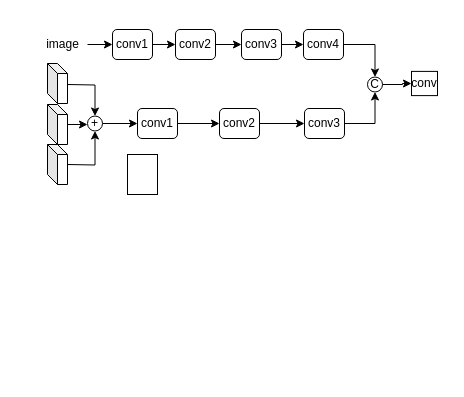
This is Depth eatimate.drawio from Hymhh/hymhh, a draw.io file, before an edit. Source tidied: cells renumbered, new cells numbered last; positions are measured from the earlier drawing's top-left corner, leaving out a move shared by most shapes. Both pictures are drawn from the tidied source at 100%, with x=0, y=0 at pixel (37, 29). Pictures stored in the file or linked from it are replaced by grey dashed boxes.
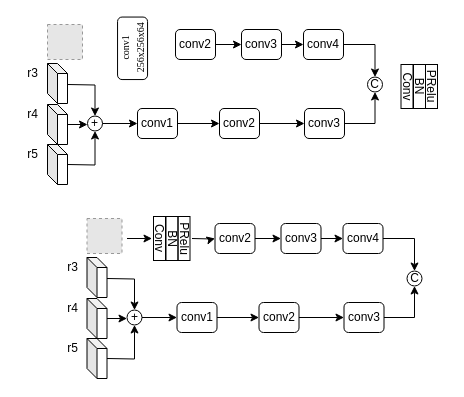
Above is the later version.

Unchanged cells that the change refers to:
```xml
<mxCell id="6" value="conv2" style="rounded=1;whiteSpace=wrap;html=1;strokeColor=#000000;fillColor=none;" parent="1" vertex="1">
  <mxGeometry x="138" width="40" height="30" as="geometry" />
</mxCell>
<mxCell id="24" value="C" style="ellipse;whiteSpace=wrap;html=1;strokeColor=#000000;fillColor=none;" parent="1" vertex="1">
  <mxGeometry x="330" y="47.5" width="15" height="15" as="geometry" />
</mxCell>
```

Change to the diagram source:
```diff
@@
-    <mxCell id="2" value="image" style="text;html=1;align=center;verticalAlign=middle;fillColor=none;strokeColor=none;rounded=0;dashed=1;" parent="1" vertex="1">
-      <mxGeometry y="5" width="50" height="20" as="geometry" />
-    </mxCell>
-    <mxCell id="3" style="edgeStyle=orthogonalEdgeStyle;rounded=0;jettySize=auto;html=1;strokeColor=#000000;strokeWidth=1;" parent="1" edge="1" source="4" target="6">
-      <mxGeometry relative="1" as="geometry" />
-    </mxCell>
-    <mxCell id="4" value="conv1" style="rounded=1;whiteSpace=wrap;html=1;strokeColor=#000000;fillColor=none;" parent="1" vertex="1">
-      <mxGeometry x="75" width="40" height="30" as="geometry" />
+    <mxCell id="4" value="&lt;font style=&quot;line-height: 70% ; font-size: 10px&quot; face=&quot;Times New Roman&quot;&gt;conv1&lt;br&gt;256x256x64&lt;/font&gt;" style="rounded=1;whiteSpace=wrap;html=1;strokeColor=#000000;fillColor=none;rotation=-90;" parent="1" vertex="1">
+      <mxGeometry x="63.8" y="3.8" width="62.5" height="30" as="geometry" />
     </mxCell>
@@
-    <mxCell id="11" style="endArrow=classic;html=1;strokeColor=#000000;strokeWidth=1;entryX=0;entryY=0.5;entryDx=0;entryDy=0;" parent="1" edge="1" target="4">
-      <mxGeometry relative="1" as="geometry">
-        <mxPoint x="50" y="15" as="sourcePoint" />
-      </mxGeometry>
-    </mxCell>
@@
-    <mxCell id="23" style="edgeStyle=orthogonalEdgeStyle;rounded=0;jettySize=auto;html=1;exitX=1;exitY=0.5;exitDx=0;exitDy=0;strokeColor=#000000;strokeWidth=1;" parent="1" edge="1" source="24" target="28">
-      <mxGeometry relative="1" as="geometry" />
-    </mxCell>
@@
-    <mxCell id="28" value="conv" style="rounded=0;whiteSpace=wrap;html=1;strokeColor=#000000;fillColor=none;" parent="1" vertex="1">
-      <mxGeometry x="374" y="41.9" width="26" height="24.2" as="geometry" />
-    </mxCell>
-    <mxCell id="29" value="&lt;p style=&quot;line-height: 60%&quot;&gt;&lt;br&gt;&lt;/p&gt;" style="rounded=0;whiteSpace=wrap;html=1;strokeColor=#000000;fillColor=none;" parent="1" vertex="1">
-      <mxGeometry x="90" y="125" width="30" height="40" as="geometry" />
+    <mxCell id="29" value="&lt;p style=&quot;line-height: 60%&quot;&gt;&lt;span&gt;Conv&lt;/span&gt;&lt;br&gt;&lt;/p&gt;" style="rounded=0;whiteSpace=wrap;html=1;strokeColor=#000000;fillColor=none;writing-mode=tb-rl;rotation=90;" parent="1" vertex="1">
+      <mxGeometry x="347.5" y="51" width="44" height="12" as="geometry" />
     </mxCell>
+    <mxCell id="30" style="fillColor=#E6E6E6;strokeColor=#999999;dashed=1;verticalLabelPosition=bottom;labelBackgroundColor=#ffffff;verticalAlign=top;" parent="1" vertex="1">
+      <mxGeometry x="10" y="-5" width="35" height="35" as="geometry" />
+    </mxCell>
+    <mxCell id="31" value="r3" style="text;html=1;align=center;verticalAlign=middle;fillColor=none;strokeColor=none;rounded=0;" parent="1" vertex="1">
+      <mxGeometry x="-20" y="34" width="30" height="20" as="geometry" />
+    </mxCell>
+    <mxCell id="32" value="r4" style="text;html=1;align=center;verticalAlign=middle;fillColor=none;strokeColor=none;rounded=0;" parent="1" vertex="1">
+      <mxGeometry x="-20" y="75" width="30" height="20" as="geometry" />
+    </mxCell>
+    <mxCell id="33" value="r5" style="text;html=1;align=center;verticalAlign=middle;fillColor=none;strokeColor=none;rounded=0;" parent="1" vertex="1">
+      <mxGeometry x="-20" y="115" width="30" height="20" as="geometry" />
+    </mxCell>
+    <mxCell id="34" value="&lt;p style=&quot;line-height: 60%&quot;&gt;&lt;span&gt;PR&lt;/span&gt;&lt;span&gt;elu&lt;/span&gt;&lt;/p&gt;" style="rounded=0;whiteSpace=wrap;html=1;strokeColor=#000000;fillColor=none;writing-mode=tb-rl;rotation=90;" parent="1" vertex="1">
+      <mxGeometry x="372" y="51" width="44" height="12" as="geometry" />
+    </mxCell>
+    <mxCell id="35" value="&lt;p style=&quot;line-height: 60%&quot;&gt;&lt;span&gt;BN&lt;/span&gt;&lt;br&gt;&lt;/p&gt;" style="rounded=0;whiteSpace=wrap;html=1;strokeColor=#000000;fillColor=none;writing-mode=tb-rl;rotation=90;" parent="1" vertex="1">
+      <mxGeometry x="360" y="51" width="44" height="12" as="geometry" />
+    </mxCell>
+    <mxCell id="36" style="edgeStyle=orthogonalEdgeStyle;rounded=0;jettySize=auto;html=1;strokeColor=#000000;strokeWidth=1;" parent="1" edge="1" target="38">
+      <mxGeometry relative="1" as="geometry">
+        <mxPoint x="154.5" y="209" as="sourcePoint" />
+      </mxGeometry>
+    </mxCell>
+    <mxCell id="37" style="edgeStyle=orthogonalEdgeStyle;rounded=0;jettySize=auto;html=1;strokeColor=#000000;strokeWidth=1;" parent="1" edge="1" source="38" target="40">
+      <mxGeometry relative="1" as="geometry" />
+    </mxCell>
+    <mxCell id="38" value="conv2" style="rounded=1;whiteSpace=wrap;html=1;strokeColor=#000000;fillColor=none;" parent="1" vertex="1">
+      <mxGeometry x="177.5" y="194" width="40" height="30" as="geometry" />
+    </mxCell>
+    <mxCell id="39" style="edgeStyle=orthogonalEdgeStyle;rounded=0;jettySize=auto;html=1;strokeColor=#000000;strokeWidth=1;" parent="1" edge="1" source="40" target="42">
+      <mxGeometry relative="1" as="geometry" />
+    </mxCell>
+    <mxCell id="40" value="conv3" style="rounded=1;whiteSpace=wrap;html=1;strokeColor=#000000;fillColor=none;" parent="1" vertex="1">
+      <mxGeometry x="243.5" y="194" width="40" height="30" as="geometry" />
+    </mxCell>
+    <mxCell id="41" style="edgeStyle=orthogonalEdgeStyle;rounded=0;jettySize=auto;html=1;exitX=1;exitY=0.5;exitDx=0;exitDy=0;entryX=0.5;entryY=0;entryDx=0;entryDy=0;strokeColor=#000000;strokeWidth=1;" parent="1" edge="1" source="42" target="55">
+      <mxGeometry relative="1" as="geometry" />
+    </mxCell>
+    <mxCell id="42" value="conv4" style="rounded=1;whiteSpace=wrap;html=1;strokeColor=#000000;fillColor=none;" parent="1" vertex="1">
+      <mxGeometry x="305.5" y="194" width="40" height="30" as="geometry" />
+    </mxCell>
+    <mxCell id="43" style="endArrow=classic;html=1;strokeColor=#000000;strokeWidth=1;entryX=0;entryY=0.5;entryDx=0;entryDy=0;" parent="1" edge="1">
+      <mxGeometry relative="1" as="geometry">
+        <mxPoint x="89.5" y="209" as="sourcePoint" />
+        <mxPoint x="114.5" y="209" as="targetPoint" />
+      </mxGeometry>
+    </mxCell>
+    <mxCell id="44" style="edgeStyle=orthogonalEdgeStyle;rounded=0;jettySize=auto;html=1;exitX=1;exitY=0.5;exitDx=0;exitDy=0;strokeColor=#000000;strokeWidth=1;entryX=0;entryY=0.5;entryDx=0;entryDy=0;" parent="1" edge="1" source="45" target="50">
+      <mxGeometry relative="1" as="geometry" />
+    </mxCell>
+    <mxCell id="45" value="+" style="ellipse;whiteSpace=wrap;html=1;strokeColor=#000000;fillColor=none;" parent="1" vertex="1">
+      <mxGeometry x="89.5" y="280.5" width="15" height="15" as="geometry" />
+    </mxCell>
+    <mxCell id="46" style="edgeStyle=orthogonalEdgeStyle;rounded=0;jettySize=auto;html=1;exitX=0;exitY=0;exitDx=20;exitDy=25;exitPerimeter=0;entryX=0.5;entryY=0;entryDx=0;entryDy=0;strokeColor=#000000;strokeWidth=1;" parent="1" edge="1" target="45">
+      <mxGeometry relative="1" as="geometry">
+        <mxPoint x="69.5" y="249" as="sourcePoint" />
+      </mxGeometry>
+    </mxCell>
+    <mxCell id="47" style="edgeStyle=orthogonalEdgeStyle;rounded=0;orthogonalLoop=1;jettySize=auto;html=1;exitX=0;exitY=0;exitDx=20;exitDy=25;exitPerimeter=0;strokeColor=#000000;strokeWidth=1;" parent="1" edge="1">
+      <mxGeometry relative="1" as="geometry">
+        <mxPoint x="69.5" y="289" as="sourcePoint" />
+        <mxPoint x="89.5" y="289.1" as="targetPoint" />
+      </mxGeometry>
+    </mxCell>
+    <mxCell id="48" style="edgeStyle=orthogonalEdgeStyle;rounded=0;jettySize=auto;html=1;exitX=0;exitY=0;exitDx=20;exitDy=25;exitPerimeter=0;entryX=0.5;entryY=1;entryDx=0;entryDy=0;strokeColor=#000000;strokeWidth=1;" parent="1" edge="1" target="45">
+      <mxGeometry relative="1" as="geometry">
+        <mxPoint x="69.5" y="329" as="sourcePoint" />
+      </mxGeometry>
+    </mxCell>
+    <mxCell id="49" style="edgeStyle=orthogonalEdgeStyle;rounded=0;jettySize=auto;html=1;strokeColor=#000000;strokeWidth=1;" parent="1" edge="1" source="50" target="52">
+      <mxGeometry relative="1" as="geometry" />
+    </mxCell>
+    <mxCell id="50" value="conv1" style="rounded=1;whiteSpace=wrap;html=1;strokeColor=#000000;fillColor=none;" parent="1" vertex="1">
+      <mxGeometry x="139.5" y="273" width="40" height="30" as="geometry" />
+    </mxCell>
+    <mxCell id="51" style="edgeStyle=orthogonalEdgeStyle;rounded=0;jettySize=auto;html=1;strokeColor=#000000;strokeWidth=1;" parent="1" edge="1" source="52" target="54">
+      <mxGeometry relative="1" as="geometry" />
+    </mxCell>
+    <mxCell id="52" value="conv2" style="rounded=1;whiteSpace=wrap;html=1;strokeColor=#000000;fillColor=none;" parent="1" vertex="1">
+      <mxGeometry x="221.5" y="273" width="40" height="30" as="geometry" />
+    </mxCell>
+    <mxCell id="53" style="edgeStyle=orthogonalEdgeStyle;rounded=0;jettySize=auto;html=1;exitX=1;exitY=0.5;exitDx=0;exitDy=0;entryX=0.5;entryY=1;entryDx=0;entryDy=0;strokeColor=#000000;strokeWidth=1;" parent="1" edge="1" source="54" target="55">
+      <mxGeometry relative="1" as="geometry" />
+    </mxCell>
+    <mxCell id="54" value="conv3" style="rounded=1;whiteSpace=wrap;html=1;strokeColor=#000000;fillColor=none;" parent="1" vertex="1">
+      <mxGeometry x="306.5" y="273" width="40" height="30" as="geometry" />
+    </mxCell>
+    <mxCell id="55" value="C" style="ellipse;whiteSpace=wrap;html=1;strokeColor=#000000;fillColor=none;" parent="1" vertex="1">
+      <mxGeometry x="369.5" y="241.5" width="15" height="15" as="geometry" />
+    </mxCell>
+    <mxCell id="56" style="shape=cube;whiteSpace=wrap;html=1;boundedLbl=1;backgroundOutline=1;darkOpacity=0.05;darkOpacity2=0.1;strokeColor=#000000;fillColor=none;size=10;" parent="1" vertex="1">
+      <mxGeometry x="49.5" y="228" width="20" height="40" as="geometry" />
+    </mxCell>
+    <mxCell id="57" style="shape=cube;whiteSpace=wrap;html=1;boundedLbl=1;backgroundOutline=1;darkOpacity=0.05;darkOpacity2=0.1;strokeColor=#000000;fillColor=none;size=10;" parent="1" vertex="1">
+      <mxGeometry x="49.5" y="269" width="20" height="40" as="geometry" />
+    </mxCell>
+    <mxCell id="58" style="shape=cube;whiteSpace=wrap;html=1;boundedLbl=1;backgroundOutline=1;darkOpacity=0.05;darkOpacity2=0.1;strokeColor=#000000;fillColor=none;size=10;" parent="1" vertex="1">
+      <mxGeometry x="49.5" y="309" width="20" height="40" as="geometry" />
+    </mxCell>
+    <mxCell id="59" style="fillColor=#E6E6E6;strokeColor=#999999;dashed=1;verticalLabelPosition=bottom;labelBackgroundColor=#ffffff;verticalAlign=top;" parent="1" vertex="1">
+      <mxGeometry x="49.5" y="189" width="35" height="35" as="geometry" />
+    </mxCell>
+    <mxCell id="60" value="r3" style="text;html=1;align=center;verticalAlign=middle;fillColor=none;strokeColor=none;rounded=0;" parent="1" vertex="1">
+      <mxGeometry x="19.5" y="228" width="30" height="20" as="geometry" />
+    </mxCell>
+    <mxCell id="61" value="r4" style="text;html=1;align=center;verticalAlign=middle;fillColor=none;strokeColor=none;rounded=0;" parent="1" vertex="1">
+      <mxGeometry x="19.5" y="269" width="30" height="20" as="geometry" />
+    </mxCell>
+    <mxCell id="62" value="r5" style="text;html=1;align=center;verticalAlign=middle;fillColor=none;strokeColor=none;rounded=0;" parent="1" vertex="1">
+      <mxGeometry x="19.5" y="309" width="30" height="20" as="geometry" />
+    </mxCell>
+    <mxCell id="63" value="&lt;p style=&quot;line-height: 60%&quot;&gt;&lt;span&gt;Conv&lt;/span&gt;&lt;br&gt;&lt;/p&gt;" style="rounded=0;whiteSpace=wrap;html=1;strokeColor=#000000;fillColor=none;writing-mode=tb-rl;rotation=90;" parent="1" vertex="1">
+      <mxGeometry x="100" y="203" width="44" height="12" as="geometry" />
+    </mxCell>
+    <mxCell id="64" value="&lt;p style=&quot;line-height: 60%&quot;&gt;&lt;span&gt;PR&lt;/span&gt;&lt;span&gt;elu&lt;/span&gt;&lt;/p&gt;" style="rounded=0;whiteSpace=wrap;html=1;strokeColor=#000000;fillColor=none;writing-mode=tb-rl;rotation=90;" parent="1" vertex="1">
+      <mxGeometry x="124.5" y="203" width="44" height="12" as="geometry" />
+    </mxCell>
+    <mxCell id="65" value="&lt;p style=&quot;line-height: 60%&quot;&gt;&lt;span&gt;BN&lt;/span&gt;&lt;br&gt;&lt;/p&gt;" style="rounded=0;whiteSpace=wrap;html=1;strokeColor=#000000;fillColor=none;writing-mode=tb-rl;rotation=90;" parent="1" vertex="1">
+      <mxGeometry x="112.5" y="203" width="44" height="12" as="geometry" />
+    </mxCell>
```
